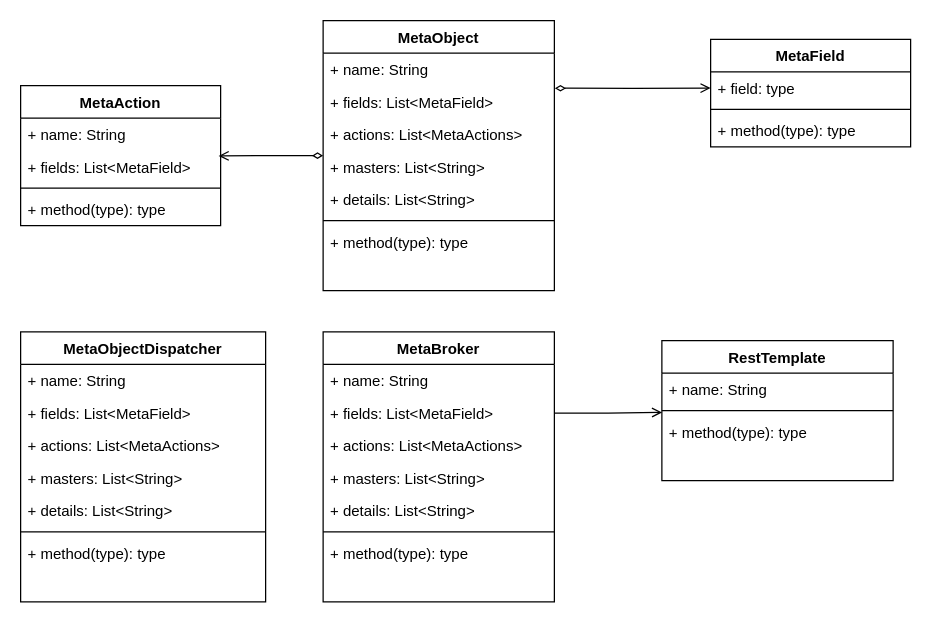
Earlier version of the draw.io diagram LDCP.drawio (lokiworks/drawio). Source tidied: cells renumbered, new cells numbered last; positions are measured from the earlier drawing's top-left corner, leaving out a move shared by most shapes. Both pictures are drawn from the tidied source at 125%, with x=0, y=0 at pixel (20, 20).
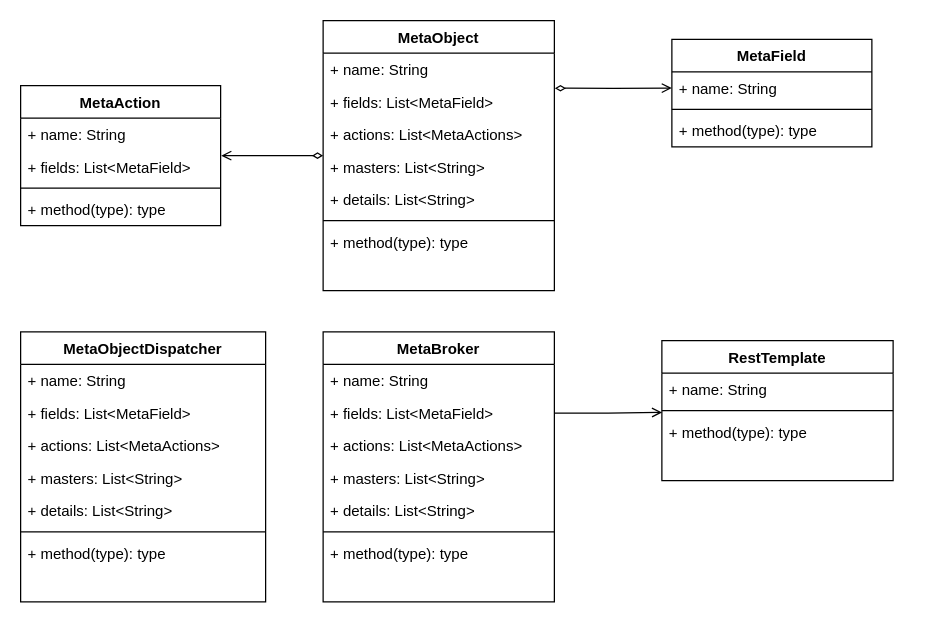
After the change.

The change refers to these unchanged cells:
```xml
<mxCell id="3" value="MetaObject" style="swimlane;fontStyle=1;align=center;verticalAlign=top;horizontal=1;startSize=26;" parent="1" vertex="1">
  <mxGeometry x="242" width="185" height="216" as="geometry" />
</mxCell>
<mxCell id="19" value="+ fields: List&lt;MetaField&gt;" style="text;strokeColor=none;fillColor=none;align=left;verticalAlign=top;spacingLeft=4;spacingRight=4;overflow=hidden;points=[[0,0.5],[1,0.5]];portConstraint=eastwest;" parent="17" vertex="1">
  <mxGeometry y="52" width="160" height="26" as="geometry" />
</mxCell>
```

Change to the diagram source:
```diff
@@
-    <mxCell id="2" style="edgeStyle=orthogonalEdgeStyle;rounded=0;jettySize=auto;html=1;exitX=0;exitY=0.5;exitDx=0;exitDy=0;entryX=0.99;entryY=0.163;entryDx=0;entryDy=0;entryPerimeter=0;startArrow=diamondThin;startFill=0;endArrow=open;endFill=0;" parent="1" edge="1" source="3" target="19">
+    <mxCell id="2" style="edgeStyle=orthogonalEdgeStyle;rounded=0;jettySize=auto;html=1;exitX=0;exitY=0.5;exitDx=0;exitDy=0;entryX=1.003;entryY=0.155;entryDx=0;entryDy=0;entryPerimeter=0;startArrow=diamondThin;startFill=0;endArrow=open;endFill=0;" parent="1" edge="1" source="3" target="19">
       <mxGeometry relative="1" as="geometry" />
     </mxCell>
@@
     <mxCell id="12" value="MetaField" style="swimlane;fontStyle=1;align=center;verticalAlign=top;horizontal=1;startSize=26;" parent="1" vertex="1">
-      <mxGeometry x="552" y="15" width="160" height="86" as="geometry" />
+      <mxGeometry x="521" y="15" width="160" height="86" as="geometry" />
     </mxCell>
-    <mxCell id="13" value="+ field: type" style="text;strokeColor=none;fillColor=none;align=left;verticalAlign=top;spacingLeft=4;spacingRight=4;overflow=hidden;points=[[0,0.5],[1,0.5]];portConstraint=eastwest;" parent="12" vertex="1">
+    <mxCell id="13" value="+ name: String" style="text;strokeColor=none;fillColor=none;align=left;verticalAlign=top;spacingLeft=4;spacingRight=4;overflow=hidden;points=[[0,0.5],[1,0.5]];portConstraint=eastwest;" parent="12" vertex="1">
       <mxGeometry y="26" width="160" height="26" as="geometry" />
     </mxCell>
```
